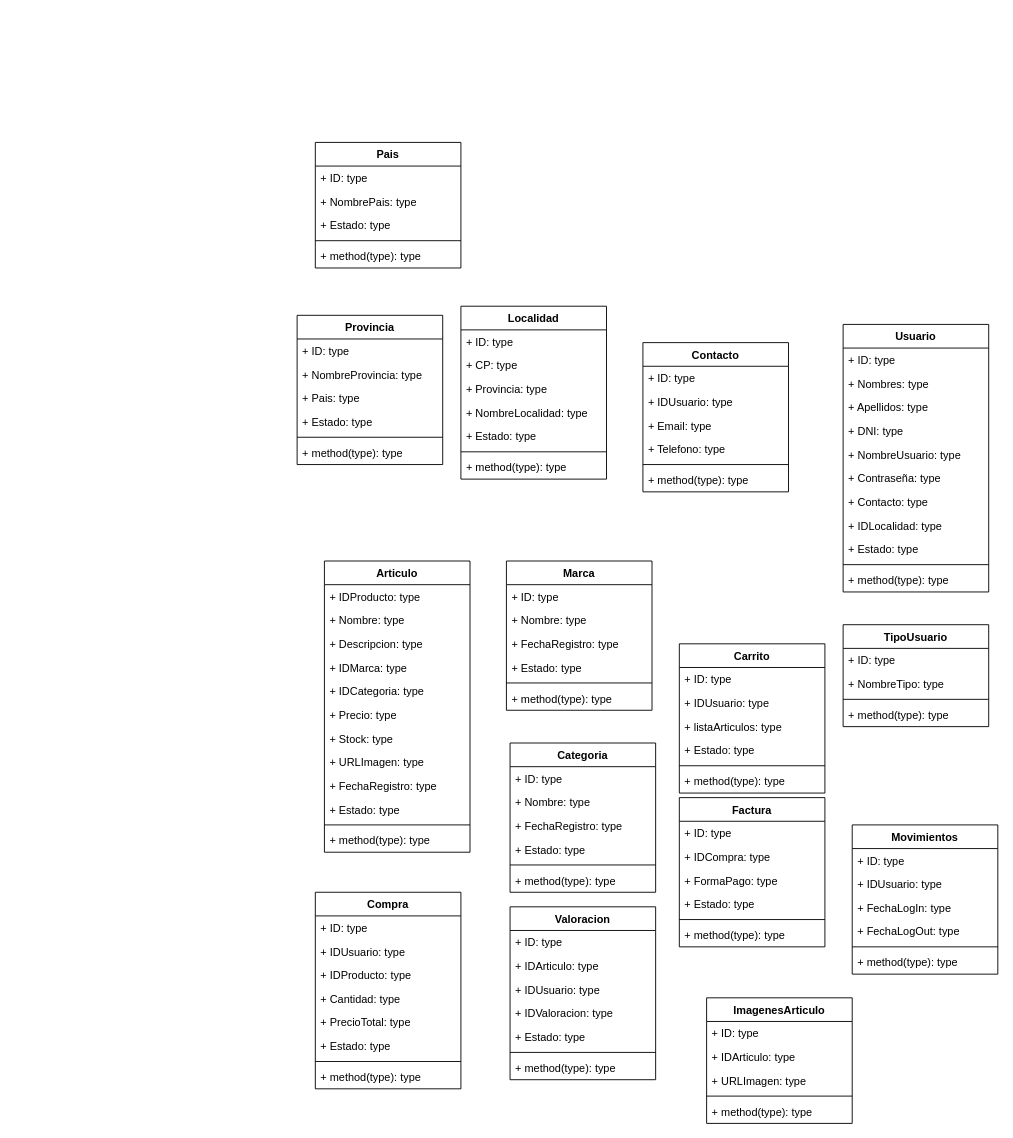
Earlier version of the draw.io diagram UML_Ecommerce_2022.drawio (lgomezcaballero/-Programacionlll_Ecommerce). Source tidied: cells renumbered, new cells numbered last; positions are measured from the earlier drawing's top-left corner, leaving out a move shared by most shapes. Both pictures are drawn from the tidied source at 91%, with x=0, y=0 at pixel (297, 142).
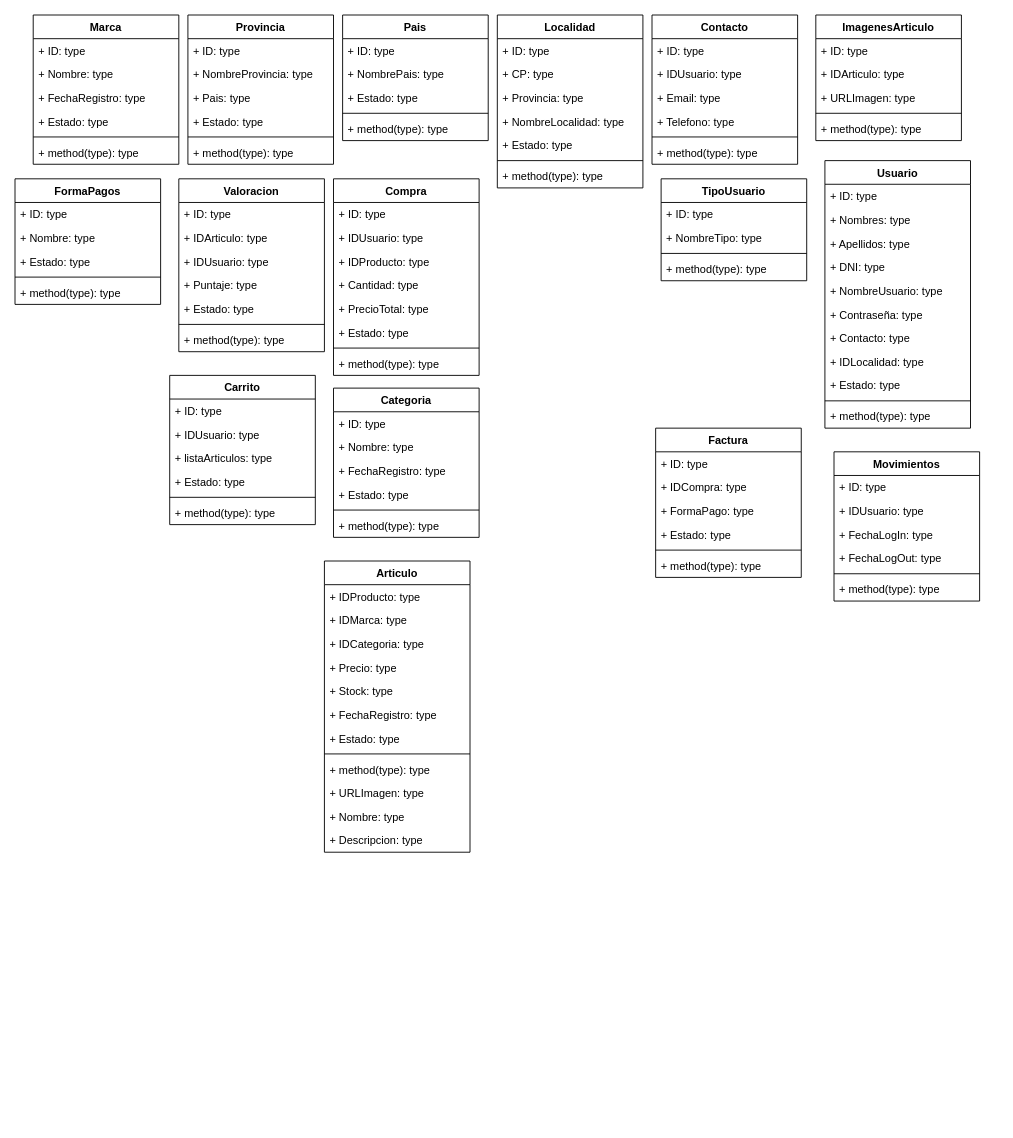
Above is the later version.

Unchanged cells that the change refers to:
```xml
<mxCell id="2" value="Articulo" style="swimlane;fontStyle=1;align=center;verticalAlign=top;horizontal=1;startSize=26;" parent="1" vertex="1">
  <mxGeometry x="30" y="460" width="160" height="320" as="geometry" />
</mxCell>
```

Change to the diagram source:
```diff
@@
-    <mxCell id="4" value="+ Nombre: type" style="text;strokeColor=none;fillColor=none;align=left;verticalAlign=top;spacingLeft=4;spacingRight=4;overflow=hidden;" parent="2" vertex="1">
-      <mxGeometry y="52" width="160" height="26" as="geometry" />
-    </mxCell>
-    <mxCell id="5" value="+ Descripcion: type" style="text;strokeColor=none;fillColor=none;align=left;verticalAlign=top;spacingLeft=4;spacingRight=4;overflow=hidden;" parent="2" vertex="1">
-      <mxGeometry y="78" width="160" height="26" as="geometry" />
-    </mxCell>
     <mxCell id="6" value="+ IDMarca: type" style="text;strokeColor=none;fillColor=none;align=left;verticalAlign=top;spacingLeft=4;spacingRight=4;overflow=hidden;" parent="2" vertex="1">
-      <mxGeometry y="104" width="160" height="26" as="geometry" />
+      <mxGeometry y="52" width="160" height="26" as="geometry" />
     </mxCell>
     <mxCell id="7" value="+ IDCategoria: type" style="text;strokeColor=none;fillColor=none;align=left;verticalAlign=top;spacingLeft=4;spacingRight=4;overflow=hidden;" parent="2" vertex="1">
-      <mxGeometry y="130" width="160" height="26" as="geometry" />
+      <mxGeometry y="78" width="160" height="26" as="geometry" />
     </mxCell>
     <mxCell id="8" value="+ Precio: type" style="text;strokeColor=none;fillColor=none;align=left;verticalAlign=top;spacingLeft=4;spacingRight=4;overflow=hidden;" parent="2" vertex="1">
-      <mxGeometry y="156" width="160" height="26" as="geometry" />
+      <mxGeometry y="104" width="160" height="26" as="geometry" />
     </mxCell>
     <mxCell id="9" value="+ Stock: type" style="text;strokeColor=none;fillColor=none;align=left;verticalAlign=top;spacingLeft=4;spacingRight=4;overflow=hidden;" parent="2" vertex="1">
-      <mxGeometry y="182" width="160" height="26" as="geometry" />
+      <mxGeometry y="130" width="160" height="26" as="geometry" />
     </mxCell>
-    <mxCell id="10" value="+ URLImagen: type" style="text;strokeColor=none;fillColor=none;align=left;verticalAlign=top;spacingLeft=4;spacingRight=4;overflow=hidden;" parent="2" vertex="1">
-      <mxGeometry y="208" width="160" height="26" as="geometry" />
-    </mxCell>
     <mxCell id="11" value="+ FechaRegistro: type" style="text;strokeColor=none;fillColor=none;align=left;verticalAlign=top;spacingLeft=4;spacingRight=4;overflow=hidden;" parent="2" vertex="1">
-      <mxGeometry y="234" width="160" height="26" as="geometry" />
+      <mxGeometry y="156" width="160" height="26" as="geometry" />
     </mxCell>
     <mxCell id="12" value="+ Estado: type" style="text;strokeColor=none;fillColor=none;align=left;verticalAlign=top;spacingLeft=4;spacingRight=4;overflow=hidden;" parent="2" vertex="1">
-      <mxGeometry y="260" width="160" height="26" as="geometry" />
+      <mxGeometry y="182" width="160" height="26" as="geometry" />
     </mxCell>
     <mxCell id="13" style="line;strokeWidth=1;fillColor=none;align=left;verticalAlign=middle;spacingTop=-1;spacingLeft=3;spacingRight=3;labelPosition=right;" parent="2" vertex="1">
-      <mxGeometry y="286" width="160" height="8" as="geometry" />
+      <mxGeometry y="208" width="160" height="8" as="geometry" />
     </mxCell>
     <mxCell id="14" value="+ method(type): type" style="text;strokeColor=none;fillColor=none;align=left;verticalAlign=top;spacingLeft=4;spacingRight=4;overflow=hidden;" parent="2" vertex="1">
-      <mxGeometry y="294" width="160" height="26" as="geometry" />
+      <mxGeometry y="216" width="160" height="26" as="geometry" />
     </mxCell>
+    <mxCell id="10" value="+ URLImagen: type" style="text;strokeColor=none;fillColor=none;align=left;verticalAlign=top;spacingLeft=4;spacingRight=4;overflow=hidden;" parent="2" vertex="1">
+      <mxGeometry y="242" width="160" height="26" as="geometry" />
+    </mxCell>
+    <mxCell id="4" value="+ Nombre: type" style="text;strokeColor=none;fillColor=none;align=left;verticalAlign=top;spacingLeft=4;spacingRight=4;overflow=hidden;" parent="2" vertex="1">
+      <mxGeometry y="268" width="160" height="26" as="geometry" />
+    </mxCell>
+    <mxCell id="5" value="+ Descripcion: type" style="text;strokeColor=none;fillColor=none;align=left;verticalAlign=top;spacingLeft=4;spacingRight=4;overflow=hidden;" parent="2" vertex="1">
+      <mxGeometry y="294" width="160" height="26" as="geometry" />
+    </mxCell>
     <mxCell id="15" value="Marca" style="swimlane;fontStyle=1;align=center;verticalAlign=top;horizontal=1;startSize=26;" parent="1" vertex="1">
-      <mxGeometry x="230" y="460" width="160" height="164" as="geometry" />
+      <mxGeometry x="-290" y="-140" width="160" height="164" as="geometry" />
     </mxCell>
@@
     <mxCell id="22" value="Categoria" style="swimlane;fontStyle=1;align=center;verticalAlign=top;horizontal=1;startSize=26;" parent="1" vertex="1">
-      <mxGeometry x="234" y="660" width="160" height="164" as="geometry" />
+      <mxGeometry x="40" y="270" width="160" height="164" as="geometry" />
     </mxCell>
@@
     <mxCell id="29" value="Carrito" style="swimlane;fontStyle=1;align=center;verticalAlign=top;horizontal=1;startSize=26;" parent="1" vertex="1">
-      <mxGeometry x="420" y="551" width="160" height="164" as="geometry" />
+      <mxGeometry x="-140" y="256" width="160" height="164" as="geometry" />
     </mxCell>
@@
     <mxCell id="36" value="Compra" style="swimlane;fontStyle=1;align=center;verticalAlign=top;horizontal=1;startSize=26;" parent="1" vertex="1">
-      <mxGeometry x="20" y="824" width="160" height="216" as="geometry" />
+      <mxGeometry x="40" y="40" width="160" height="216" as="geometry" />
     </mxCell>
@@
     <mxCell id="45" value="Usuario" style="swimlane;fontStyle=1;align=center;verticalAlign=top;horizontal=1;startSize=26;" parent="1" vertex="1">
-      <mxGeometry x="600" y="200" width="160" height="294" as="geometry" />
+      <mxGeometry x="580" y="20" width="160" height="294" as="geometry" />
     </mxCell>
@@
     <mxCell id="57" value="Factura" style="swimlane;fontStyle=1;align=center;verticalAlign=top;horizontal=1;startSize=26;" parent="1" vertex="1">
-      <mxGeometry x="420" y="720" width="160" height="164" as="geometry" />
+      <mxGeometry x="394" y="314" width="160" height="164" as="geometry" />
     </mxCell>
@@
     <mxCell id="64" value="TipoUsuario" style="swimlane;fontStyle=1;align=center;verticalAlign=top;horizontal=1;startSize=26;" parent="1" vertex="1">
-      <mxGeometry x="600" y="530" width="160" height="112" as="geometry" />
+      <mxGeometry x="400" y="40" width="160" height="112" as="geometry" />
     </mxCell>
@@
     <mxCell id="69" value="Movimientos" style="swimlane;fontStyle=1;align=center;verticalAlign=top;horizontal=1;startSize=26;" parent="1" vertex="1">
-      <mxGeometry x="610" y="750" width="160" height="164" as="geometry" />
+      <mxGeometry x="590" y="340" width="160" height="164" as="geometry" />
     </mxCell>
@@
     <mxCell id="76" value="Contacto" style="swimlane;fontStyle=1;align=center;verticalAlign=top;horizontal=1;startSize=26;" parent="1" vertex="1">
-      <mxGeometry x="380" y="220" width="160" height="164" as="geometry" />
+      <mxGeometry x="390" y="-140" width="160" height="164" as="geometry" />
     </mxCell>
@@
     <mxCell id="83" value="Localidad" style="swimlane;fontStyle=1;align=center;verticalAlign=top;horizontal=1;startSize=26;" parent="1" vertex="1">
-      <mxGeometry x="180" y="180" width="160" height="190" as="geometry" />
+      <mxGeometry x="220" y="-140" width="160" height="190" as="geometry" />
     </mxCell>
@@
     <mxCell id="91" value="Provincia" style="swimlane;fontStyle=1;align=center;verticalAlign=top;horizontal=1;startSize=26;" parent="1" vertex="1">
-      <mxGeometry y="190" width="160" height="164" as="geometry" />
+      <mxGeometry x="-120" y="-140" width="160" height="164" as="geometry" />
     </mxCell>
@@
     <mxCell id="98" value="Pais" style="swimlane;fontStyle=1;align=center;verticalAlign=top;horizontal=1;startSize=26;" parent="1" vertex="1">
-      <mxGeometry x="20" width="160" height="138" as="geometry" />
+      <mxGeometry x="50" y="-140" width="160" height="138" as="geometry" />
     </mxCell>
@@
     <mxCell id="104" value="Valoracion" style="swimlane;fontStyle=1;align=center;verticalAlign=top;horizontal=1;startSize=26;" parent="1" vertex="1">
-      <mxGeometry x="234" y="840" width="160" height="190" as="geometry" />
+      <mxGeometry x="-130" y="40" width="160" height="190" as="geometry" />
     </mxCell>
@@
-    <mxCell id="108" value="+ IDValoracion: type" style="text;strokeColor=none;fillColor=none;align=left;verticalAlign=top;spacingLeft=4;spacingRight=4;overflow=hidden;" parent="104" vertex="1">
+    <mxCell id="108" value="+ Puntaje: type" style="text;strokeColor=none;fillColor=none;align=left;verticalAlign=top;spacingLeft=4;spacingRight=4;overflow=hidden;" parent="104" vertex="1">
       <mxGeometry y="104" width="160" height="26" as="geometry" />
     </mxCell>
@@
     <mxCell id="112" value="ImagenesArticulo" style="swimlane;fontStyle=1;align=center;verticalAlign=top;horizontal=1;startSize=26;" parent="1" vertex="1">
-      <mxGeometry x="450" y="940" width="160" height="138" as="geometry" />
+      <mxGeometry x="570" y="-140" width="160" height="138" as="geometry" />
     </mxCell>
@@
+    <mxCell id="118" value="FormaPagos" style="swimlane;fontStyle=1;align=center;verticalAlign=top;horizontal=1;startSize=26;" parent="1" vertex="1">
+      <mxGeometry x="-310" y="40" width="160" height="138" as="geometry" />
+    </mxCell>
+    <mxCell id="119" value="+ ID: type" style="text;strokeColor=none;fillColor=none;align=left;verticalAlign=top;spacingLeft=4;spacingRight=4;overflow=hidden;" parent="118" vertex="1">
+      <mxGeometry y="26" width="160" height="26" as="geometry" />
+    </mxCell>
+    <mxCell id="120" value="+ Nombre: type" style="text;strokeColor=none;fillColor=none;align=left;verticalAlign=top;spacingLeft=4;spacingRight=4;overflow=hidden;" parent="118" vertex="1">
+      <mxGeometry y="52" width="160" height="26" as="geometry" />
+    </mxCell>
+    <mxCell id="121" value="+ Estado: type" style="text;strokeColor=none;fillColor=none;align=left;verticalAlign=top;spacingLeft=4;spacingRight=4;overflow=hidden;" parent="118" vertex="1">
+      <mxGeometry y="78" width="160" height="26" as="geometry" />
+    </mxCell>
+    <mxCell id="122" style="line;strokeWidth=1;fillColor=none;align=left;verticalAlign=middle;spacingTop=-1;spacingLeft=3;spacingRight=3;labelPosition=right;" parent="118" vertex="1">
+      <mxGeometry y="104" width="160" height="8" as="geometry" />
+    </mxCell>
+    <mxCell id="123" value="+ method(type): type" style="text;strokeColor=none;fillColor=none;align=left;verticalAlign=top;spacingLeft=4;spacingRight=4;overflow=hidden;" parent="118" vertex="1">
+      <mxGeometry y="112" width="160" height="26" as="geometry" />
+    </mxCell>
```
